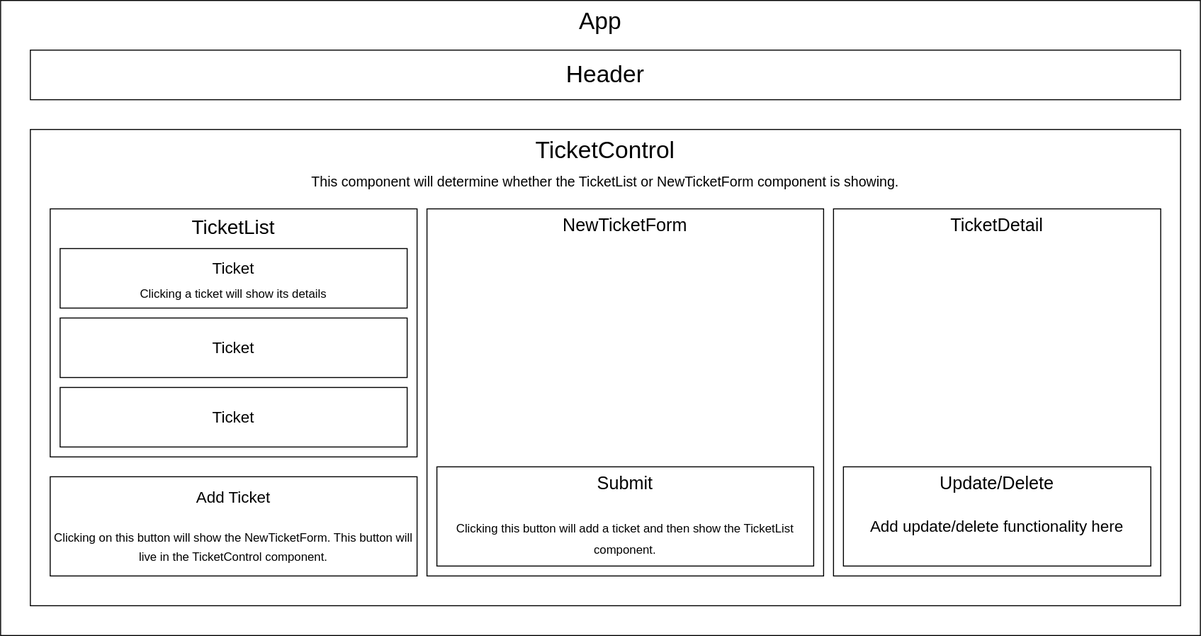
Above: Help_Queue_Diagram.drawio.svg in besure94/help-queue (draw.io), before the change. Source tidied: cells renumbered, new cells last; positions are measured from the earlier drawing's top-left corner, leaving out a move shared by most shapes.
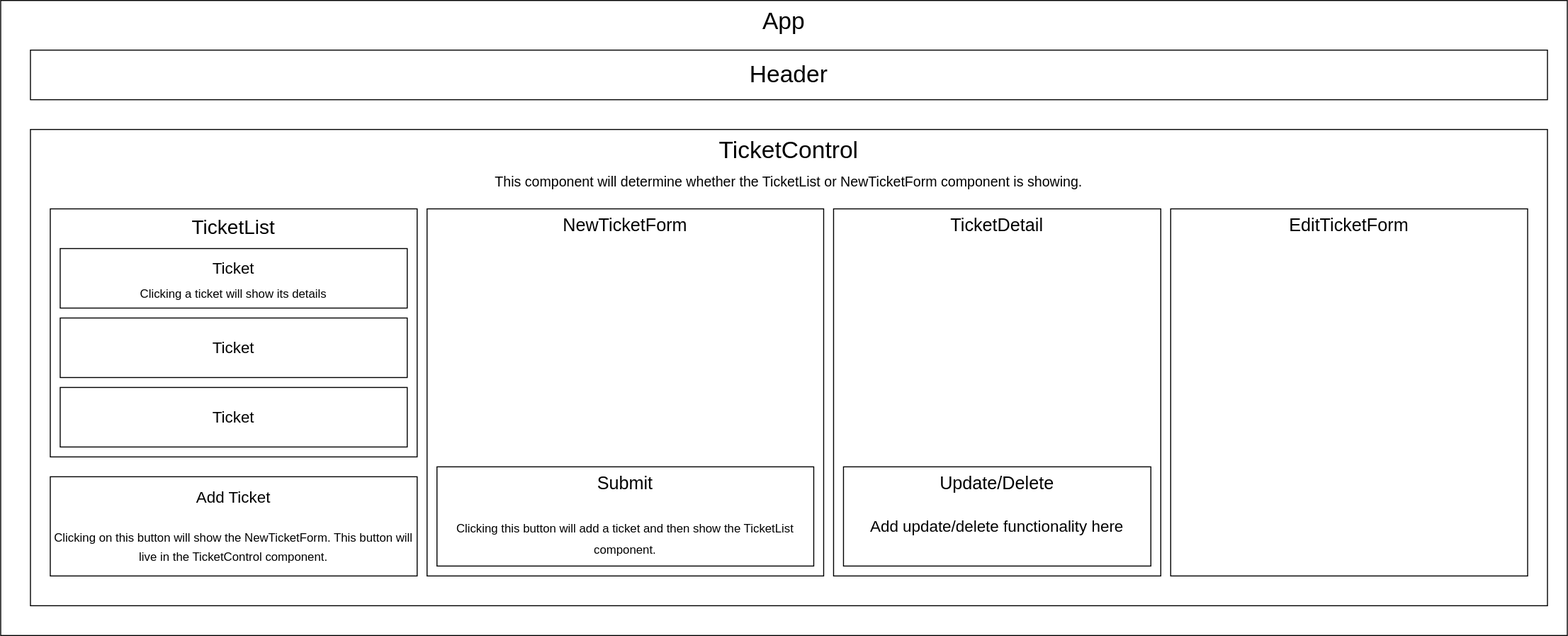
The same diagram one commit later.

Commit message:
Update diagram and add Update functionality to application.

Change to the diagram source:
```diff
@@ -3,13 +3,13 @@
     <mxCell id="0" />
     <mxCell id="1" parent="0" />
     <mxCell id="2" value="&lt;font style=&quot;font-size: 24px;&quot;&gt;App&lt;/font&gt;" style="rounded=0;whiteSpace=wrap;html=1;verticalAlign=top;" parent="1" vertex="1">
-      <mxGeometry width="1210" height="640" as="geometry" />
+      <mxGeometry width="1580" height="640" as="geometry" />
     </mxCell>
     <mxCell id="3" value="Header" style="rounded=0;whiteSpace=wrap;html=1;fontSize=24;" parent="1" vertex="1">
-      <mxGeometry x="30" y="50" width="1160" height="50" as="geometry" />
+      <mxGeometry x="30" y="50" width="1530" height="50" as="geometry" />
     </mxCell>
     <mxCell id="4" value="TicketControl&lt;br&gt;&lt;font style=&quot;font-size: 14px;&quot;&gt;This component will determine whether the TicketList or NewTicketForm component is showing.&lt;/font&gt;" style="rounded=0;whiteSpace=wrap;html=1;fontSize=24;verticalAlign=top;" parent="1" vertex="1">
-      <mxGeometry x="30" y="130" width="1160" height="480" as="geometry" />
+      <mxGeometry x="30" y="130" width="1530" height="480" as="geometry" />
     </mxCell>
     <mxCell id="5" value="&lt;font style=&quot;font-size: 20px;&quot;&gt;TicketList&lt;/font&gt;" style="rounded=0;whiteSpace=wrap;html=1;fontSize=14;verticalAlign=top;" parent="1" vertex="1">
       <mxGeometry x="50" y="210" width="370" height="250" as="geometry" />
@@ -38,5 +38,8 @@
     <mxCell id="13" value="Update/Delete&lt;br&gt;&lt;br&gt;&lt;font style=&quot;font-size: 16px;&quot;&gt;Add update/delete functionality here&lt;/font&gt;" style="rounded=0;whiteSpace=wrap;html=1;fontSize=18;verticalAlign=top;" parent="1" vertex="1">
       <mxGeometry x="850" y="470" width="310" height="100" as="geometry" />
     </mxCell>
+    <mxCell id="14" value="&lt;font style=&quot;font-size: 18px;&quot;&gt;EditTicketForm&lt;/font&gt;" style="rounded=0;whiteSpace=wrap;html=1;verticalAlign=top;" parent="1" vertex="1">
+      <mxGeometry x="1180" y="210" width="360" height="370" as="geometry" />
+    </mxCell>
   </root>
 </mxGraphModel>
```
